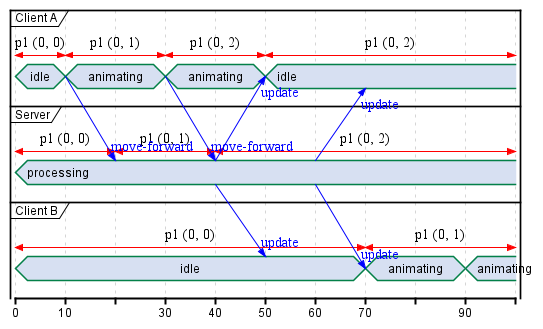
This is doc/Multiplayer/images/Entity Interpolation Animation - Timing.png from ProfPorkins/GameTech, a PlantUML export, as it was before one commit.
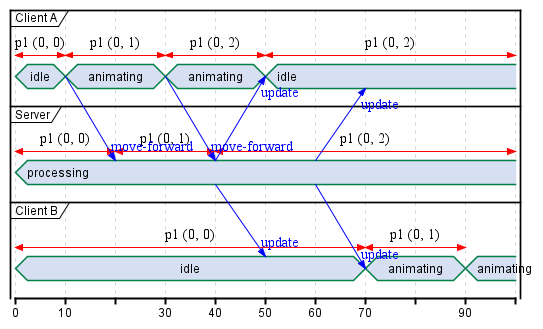
The same diagram one commit later.

Commit message:
(multiplayer) Small correction to the timing diagram.

Diff of the diagram source:
```diff
@@ -44,6 +44,6 @@
 Server@40 <-> @100 : p1 (0, 2)
 
 ClientB@0 <-> @70 : p1 (0, 0)
-ClientB@70 <-> @100 : p1 (0, 1)
+ClientB@70 <-> @90 : p1 (0, 1)
 
 @enduml
```
